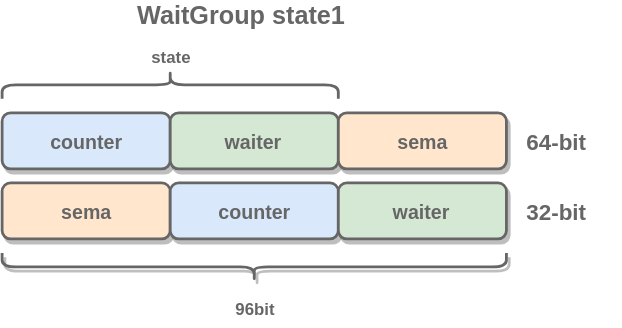
Earlier version of the draw.io export golang/assets/waitgroup.drawio.svg (pycer/note). Source tidied: cells renumbered, new cells last; positions are measured from the earlier drawing's top-left corner, leaving out a move shared by most shapes. The source it was exported from:
```xml
<mxGraphModel>
  <root>
    <mxCell id="0" />
    <mxCell id="1" parent="0" />
    <mxCell id="2" value="&lt;font color=&quot;#666666&quot;&gt;&lt;span style=&quot;font-size: 14px&quot;&gt;&lt;b&gt;counter&lt;/b&gt;&lt;/span&gt;&lt;/font&gt;" style="rounded=1;whiteSpace=wrap;html=1;fillColor=#dae8fc;strokeColor=#666666;strokeWidth=2;shadow=1;" parent="1" vertex="1">
      <mxGeometry y="80" width="120" height="40" as="geometry" />
    </mxCell>
    <mxCell id="3" value="&lt;font color=&quot;#666666&quot;&gt;&lt;span style=&quot;font-size: 14px&quot;&gt;&lt;b&gt;waiter&lt;/b&gt;&lt;/span&gt;&lt;/font&gt;" style="rounded=1;whiteSpace=wrap;html=1;fillColor=#d5e8d4;strokeColor=#666666;strokeWidth=2;shadow=1;" parent="1" vertex="1">
      <mxGeometry x="120" y="80" width="120" height="40" as="geometry" />
    </mxCell>
    <mxCell id="4" value="&lt;b&gt;&lt;font style=&quot;font-size: 14px&quot; color=&quot;#666666&quot;&gt;sema&lt;/font&gt;&lt;/b&gt;" style="rounded=1;whiteSpace=wrap;html=1;fillColor=#ffe6cc;strokeColor=#666666;strokeWidth=2;shadow=1;" parent="1" vertex="1">
      <mxGeometry x="240" y="80" width="120" height="40" as="geometry" />
    </mxCell>
    <mxCell id="5" value="&lt;b&gt;&lt;font style=&quot;font-size: 14px&quot; color=&quot;#666666&quot;&gt;sema&lt;/font&gt;&lt;/b&gt;" style="rounded=1;whiteSpace=wrap;html=1;fillColor=#ffe6cc;strokeColor=#666666;strokeWidth=2;shadow=1;" parent="1" vertex="1">
      <mxGeometry y="130" width="120" height="40" as="geometry" />
    </mxCell>
    <mxCell id="6" value="&lt;font color=&quot;#666666&quot;&gt;&lt;span style=&quot;font-size: 14px&quot;&gt;&lt;b&gt;counter&lt;/b&gt;&lt;/span&gt;&lt;/font&gt;" style="rounded=1;whiteSpace=wrap;html=1;fillColor=#dae8fc;strokeColor=#666666;strokeWidth=2;shadow=1;" parent="1" vertex="1">
      <mxGeometry x="120" y="130" width="120" height="40" as="geometry" />
    </mxCell>
    <mxCell id="7" value="&lt;font color=&quot;#666666&quot;&gt;&lt;span style=&quot;font-size: 14px&quot;&gt;&lt;b&gt;waiter&lt;/b&gt;&lt;/span&gt;&lt;/font&gt;" style="rounded=1;whiteSpace=wrap;html=1;fillColor=#d5e8d4;strokeColor=#666666;strokeWidth=2;shadow=1;" parent="1" vertex="1">
      <mxGeometry x="240" y="130" width="120" height="40" as="geometry" />
    </mxCell>
    <mxCell id="8" value="&lt;b&gt;&lt;font style=&quot;font-size: 16px&quot; color=&quot;#666666&quot;&gt;64-bit&lt;/font&gt;&lt;/b&gt;" style="text;html=1;strokeColor=none;fillColor=none;align=center;verticalAlign=middle;whiteSpace=wrap;rounded=0;shadow=1;" parent="1" vertex="1">
      <mxGeometry x="350" y="90" width="90" height="20" as="geometry" />
    </mxCell>
    <mxCell id="9" value="&lt;b&gt;&lt;font style=&quot;font-size: 16px&quot; color=&quot;#666666&quot;&gt;32-bit&lt;/font&gt;&lt;/b&gt;" style="text;html=1;strokeColor=none;fillColor=none;align=center;verticalAlign=middle;whiteSpace=wrap;rounded=0;shadow=1;" parent="1" vertex="1">
      <mxGeometry x="350" y="140" width="90" height="20" as="geometry" />
    </mxCell>
    <mxCell id="10" value="&lt;b&gt;&lt;font style=&quot;font-size: 18px&quot; color=&quot;#666666&quot;&gt;WaitGroup state1&lt;/font&gt;&lt;/b&gt;" style="text;html=1;strokeColor=none;fillColor=none;align=center;verticalAlign=middle;whiteSpace=wrap;rounded=0;shadow=1;" parent="1" vertex="1">
      <mxGeometry x="80" width="180" height="20" as="geometry" />
    </mxCell>
    <mxCell id="11" style="shape=curlyBracket;whiteSpace=wrap;html=1;rounded=1;shadow=1;strokeColor=#666666;strokeWidth=2;direction=north;" parent="1" vertex="1">
      <mxGeometry y="180" width="360" height="20" as="geometry" />
    </mxCell>
    <mxCell id="12" value="&lt;font color=&quot;#666666&quot;&gt;&lt;b&gt;96bit&lt;/b&gt;&lt;/font&gt;" style="text;html=1;strokeColor=none;fillColor=none;align=center;verticalAlign=middle;whiteSpace=wrap;rounded=0;shadow=1;" parent="1" vertex="1">
      <mxGeometry x="160" y="210" width="40" height="20" as="geometry" />
    </mxCell>
    <mxCell id="13" style="shape=curlyBracket;whiteSpace=wrap;html=1;rounded=1;direction=south;strokeColor=#666666;strokeWidth=2;" parent="1" vertex="1">
      <mxGeometry y="50" width="240" height="20" as="geometry" />
    </mxCell>
    <mxCell id="14" value="&lt;font color=&quot;#666666&quot;&gt;&lt;b&gt;state&lt;/b&gt;&lt;/font&gt;" style="text;html=1;strokeColor=none;fillColor=none;align=center;verticalAlign=middle;whiteSpace=wrap;rounded=0;shadow=1;" parent="1" vertex="1">
      <mxGeometry x="100" y="30" width="40" height="20" as="geometry" />
    </mxCell>
  </root>
</mxGraphModel>
```
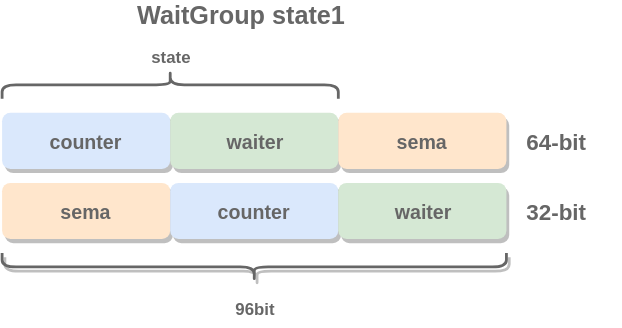
Above is the later version.

The edit, as a diff of the source:
```diff
@@ -2,22 +2,22 @@
   <root>
     <mxCell id="0" />
     <mxCell id="1" parent="0" />
-    <mxCell id="2" value="&lt;font color=&quot;#666666&quot;&gt;&lt;span style=&quot;font-size: 14px&quot;&gt;&lt;b&gt;counter&lt;/b&gt;&lt;/span&gt;&lt;/font&gt;" style="rounded=1;whiteSpace=wrap;html=1;fillColor=#dae8fc;strokeColor=#666666;strokeWidth=2;shadow=1;" parent="1" vertex="1">
+    <mxCell id="2" value="&lt;font color=&quot;#666666&quot;&gt;&lt;span style=&quot;font-size: 14px&quot;&gt;&lt;b&gt;counter&lt;/b&gt;&lt;/span&gt;&lt;/font&gt;" style="rounded=1;whiteSpace=wrap;html=1;fillColor=#dae8fc;strokeColor=none;strokeWidth=2;shadow=1;glass=0;comic=0;" parent="1" vertex="1">
       <mxGeometry y="80" width="120" height="40" as="geometry" />
     </mxCell>
-    <mxCell id="3" value="&lt;font color=&quot;#666666&quot;&gt;&lt;span style=&quot;font-size: 14px&quot;&gt;&lt;b&gt;waiter&lt;/b&gt;&lt;/span&gt;&lt;/font&gt;" style="rounded=1;whiteSpace=wrap;html=1;fillColor=#d5e8d4;strokeColor=#666666;strokeWidth=2;shadow=1;" parent="1" vertex="1">
+    <mxCell id="3" value="&lt;font color=&quot;#666666&quot;&gt;&lt;span style=&quot;font-size: 14px&quot;&gt;&lt;b&gt;waiter&lt;/b&gt;&lt;/span&gt;&lt;/font&gt;" style="rounded=1;whiteSpace=wrap;html=1;fillColor=#d5e8d4;strokeColor=none;strokeWidth=2;shadow=1;glass=0;comic=0;" parent="1" vertex="1">
       <mxGeometry x="120" y="80" width="120" height="40" as="geometry" />
     </mxCell>
-    <mxCell id="4" value="&lt;b&gt;&lt;font style=&quot;font-size: 14px&quot; color=&quot;#666666&quot;&gt;sema&lt;/font&gt;&lt;/b&gt;" style="rounded=1;whiteSpace=wrap;html=1;fillColor=#ffe6cc;strokeColor=#666666;strokeWidth=2;shadow=1;" parent="1" vertex="1">
+    <mxCell id="4" value="&lt;b&gt;&lt;font style=&quot;font-size: 14px&quot; color=&quot;#666666&quot;&gt;sema&lt;/font&gt;&lt;/b&gt;" style="rounded=1;whiteSpace=wrap;html=1;fillColor=#ffe6cc;strokeColor=none;strokeWidth=2;shadow=1;glass=0;comic=0;" parent="1" vertex="1">
       <mxGeometry x="240" y="80" width="120" height="40" as="geometry" />
     </mxCell>
-    <mxCell id="5" value="&lt;b&gt;&lt;font style=&quot;font-size: 14px&quot; color=&quot;#666666&quot;&gt;sema&lt;/font&gt;&lt;/b&gt;" style="rounded=1;whiteSpace=wrap;html=1;fillColor=#ffe6cc;strokeColor=#666666;strokeWidth=2;shadow=1;" parent="1" vertex="1">
+    <mxCell id="5" value="&lt;b&gt;&lt;font style=&quot;font-size: 14px&quot; color=&quot;#666666&quot;&gt;sema&lt;/font&gt;&lt;/b&gt;" style="rounded=1;whiteSpace=wrap;html=1;fillColor=#ffe6cc;strokeColor=none;strokeWidth=2;shadow=1;glass=0;comic=0;" parent="1" vertex="1">
       <mxGeometry y="130" width="120" height="40" as="geometry" />
     </mxCell>
-    <mxCell id="6" value="&lt;font color=&quot;#666666&quot;&gt;&lt;span style=&quot;font-size: 14px&quot;&gt;&lt;b&gt;counter&lt;/b&gt;&lt;/span&gt;&lt;/font&gt;" style="rounded=1;whiteSpace=wrap;html=1;fillColor=#dae8fc;strokeColor=#666666;strokeWidth=2;shadow=1;" parent="1" vertex="1">
+    <mxCell id="6" value="&lt;font color=&quot;#666666&quot;&gt;&lt;span style=&quot;font-size: 14px&quot;&gt;&lt;b&gt;counter&lt;/b&gt;&lt;/span&gt;&lt;/font&gt;" style="rounded=1;whiteSpace=wrap;html=1;fillColor=#dae8fc;strokeColor=none;strokeWidth=2;shadow=1;glass=0;comic=0;" parent="1" vertex="1">
       <mxGeometry x="120" y="130" width="120" height="40" as="geometry" />
     </mxCell>
-    <mxCell id="7" value="&lt;font color=&quot;#666666&quot;&gt;&lt;span style=&quot;font-size: 14px&quot;&gt;&lt;b&gt;waiter&lt;/b&gt;&lt;/span&gt;&lt;/font&gt;" style="rounded=1;whiteSpace=wrap;html=1;fillColor=#d5e8d4;strokeColor=#666666;strokeWidth=2;shadow=1;" parent="1" vertex="1">
+    <mxCell id="7" value="&lt;font color=&quot;#666666&quot;&gt;&lt;span style=&quot;font-size: 14px&quot;&gt;&lt;b&gt;waiter&lt;/b&gt;&lt;/span&gt;&lt;/font&gt;" style="rounded=1;whiteSpace=wrap;html=1;fillColor=#d5e8d4;strokeColor=none;strokeWidth=2;shadow=1;glass=0;comic=0;" parent="1" vertex="1">
       <mxGeometry x="240" y="130" width="120" height="40" as="geometry" />
     </mxCell>
     <mxCell id="8" value="&lt;b&gt;&lt;font style=&quot;font-size: 16px&quot; color=&quot;#666666&quot;&gt;64-bit&lt;/font&gt;&lt;/b&gt;" style="text;html=1;strokeColor=none;fillColor=none;align=center;verticalAlign=middle;whiteSpace=wrap;rounded=0;shadow=1;" parent="1" vertex="1">
```
